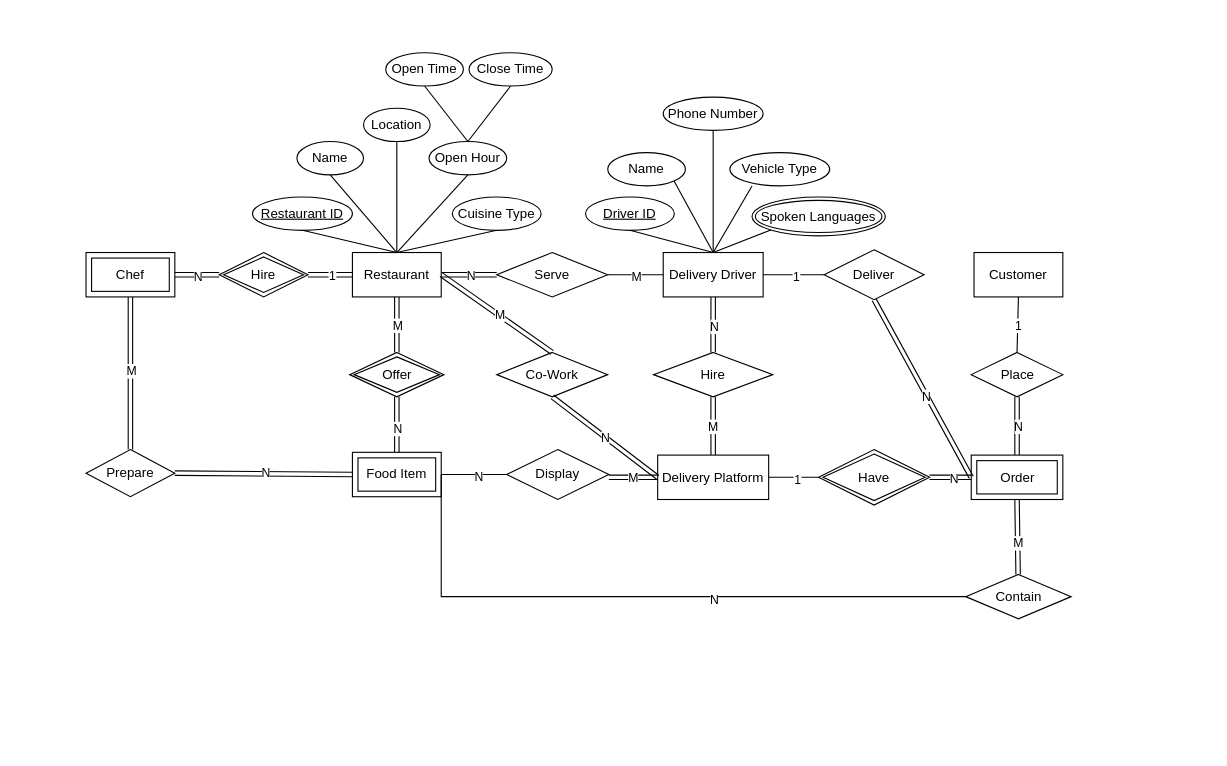
Above: Untitled Diagram.drawio in BlueRosy/BlueRosy (draw.io), before the change. Source tidied: cells renumbered, new cells numbered last; positions are measured from the earlier drawing's top-left corner, leaving out a move shared by most shapes. Both pictures are drawn from the tidied source at 111%, with x=0, y=0 at pixel (85, 52).
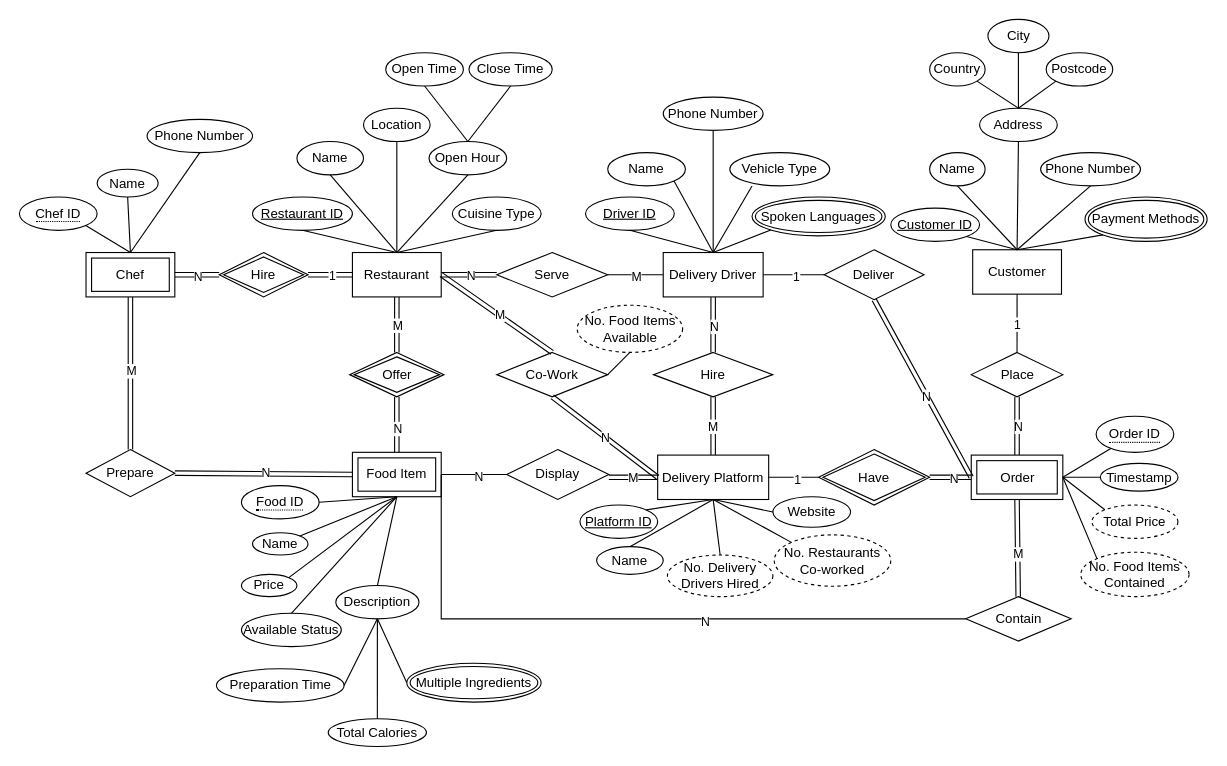
After the change.

Unchanged cells that the change refers to:
```xml
<mxCell id="10" value="Delivery Platform" style="whiteSpace=wrap;html=1;align=center;" parent="1" vertex="1">
  <mxGeometry x="515" y="362.5" width="100" height="40" as="geometry" />
</mxCell>
<mxCell id="16" value="Co-Work" style="shape=rhombus;perimeter=rhombusPerimeter;whiteSpace=wrap;html=1;align=center;" parent="1" vertex="1">
  <mxGeometry x="370" y="270" width="100" height="40" as="geometry" />
</mxCell>
<mxCell id="22" value="Order" style="shape=ext;margin=3;double=1;whiteSpace=wrap;html=1;align=center;" parent="1" vertex="1">
  <mxGeometry x="797.5" y="362.5" width="82.5" height="40" as="geometry" />
</mxCell>
<mxCell id="32" value="Food Item" style="shape=ext;margin=3;double=1;whiteSpace=wrap;html=1;align=center;" parent="1" vertex="1">
  <mxGeometry x="240" y="360" width="80" height="40" as="geometry" />
</mxCell>
<mxCell id="48" value="Chef" style="shape=ext;margin=3;double=1;whiteSpace=wrap;html=1;align=center;" parent="1" vertex="1">
  <mxGeometry y="180" width="80" height="40" as="geometry" />
</mxCell>
```

What changed in the source:
```diff
@@
     <mxCell id="4" value="Customer" style="whiteSpace=wrap;html=1;align=center;" parent="1" vertex="1">
-      <mxGeometry x="800" y="180" width="80" height="40" as="geometry" />
+      <mxGeometry x="798.8" y="177.5" width="80" height="40" as="geometry" />
     </mxCell>
@@
     <mxCell id="33" value="Contain" style="shape=rhombus;perimeter=rhombusPerimeter;whiteSpace=wrap;html=1;align=center;" parent="1" vertex="1">
-      <mxGeometry x="792.5" y="470" width="95" height="40" as="geometry" />
+      <mxGeometry x="792.5" y="490" width="95" height="40" as="geometry" />
     </mxCell>
     <mxCell id="34" style="endArrow=none;html=1;rounded=0;entryX=1;entryY=0.5;entryDx=0;entryDy=0;exitX=0;exitY=0.5;exitDx=0;exitDy=0;" parent="1" edge="1" source="33" target="32">
       <mxGeometry relative="1" as="geometry">
         <Array as="points">
-          <mxPoint x="320" y="490" />
+          <mxPoint x="320" y="510" />
         </Array>
       </mxGeometry>
     </mxCell>
@@
+    <mxCell id="88" value="Customer ID" style="ellipse;whiteSpace=wrap;html=1;align=center;fontStyle=4;" parent="1" vertex="1">
+      <mxGeometry x="725" y="140" width="80" height="30" as="geometry" />
+    </mxCell>
+    <mxCell id="89" value="Name" style="ellipse;whiteSpace=wrap;html=1;align=center;" parent="1" vertex="1">
+      <mxGeometry x="760" y="90" width="50" height="30" as="geometry" />
+    </mxCell>
+    <mxCell id="90" value="Phone Number" style="ellipse;whiteSpace=wrap;html=1;align=center;" parent="1" vertex="1">
+      <mxGeometry x="860" y="90" width="90" height="30" as="geometry" />
+    </mxCell>
+    <mxCell id="91" value="Address" style="ellipse;whiteSpace=wrap;html=1;align=center;" parent="1" vertex="1">
+      <mxGeometry x="805" y="50" width="70" height="30" as="geometry" />
+    </mxCell>
+    <mxCell id="92" value="Country" style="ellipse;whiteSpace=wrap;html=1;align=center;" parent="1" vertex="1">
+      <mxGeometry x="760" width="50" height="30" as="geometry" />
+    </mxCell>
+    <mxCell id="93" value="City" style="ellipse;whiteSpace=wrap;html=1;align=center;" parent="1" vertex="1">
+      <mxGeometry x="812.5" y="-30" width="55" height="30" as="geometry" />
+    </mxCell>
+    <mxCell id="94" value="Postcode" style="ellipse;whiteSpace=wrap;html=1;align=center;" parent="1" vertex="1">
+      <mxGeometry x="865" width="60" height="30" as="geometry" />
+    </mxCell>
+    <mxCell id="95" value="Payment Methods" style="ellipse;shape=doubleEllipse;margin=3;whiteSpace=wrap;html=1;align=center;" parent="1" vertex="1">
+      <mxGeometry x="900" y="130" width="110" height="40" as="geometry" />
+    </mxCell>
+    <mxCell id="96" style="endArrow=none;html=1;rounded=0;entryX=1;entryY=1;entryDx=0;entryDy=0;exitX=0.5;exitY=0;exitDx=0;exitDy=0;" parent="1" edge="1" source="4" target="88">
+      <mxGeometry relative="1" as="geometry" />
+    </mxCell>
+    <mxCell id="97" style="endArrow=none;html=1;rounded=0;entryX=0.5;entryY=1;entryDx=0;entryDy=0;exitX=0.5;exitY=0;exitDx=0;exitDy=0;" parent="1" edge="1" source="4" target="89">
+      <mxGeometry relative="1" as="geometry" />
+    </mxCell>
+    <mxCell id="98" style="endArrow=none;html=1;rounded=0;entryX=0.5;entryY=1;entryDx=0;entryDy=0;exitX=0.5;exitY=0;exitDx=0;exitDy=0;" parent="1" edge="1" source="4" target="91">
+      <mxGeometry relative="1" as="geometry" />
+    </mxCell>
+    <mxCell id="99" style="endArrow=none;html=1;rounded=0;entryX=0.5;entryY=1;entryDx=0;entryDy=0;exitX=0.5;exitY=0;exitDx=0;exitDy=0;" parent="1" edge="1" source="4" target="90">
+      <mxGeometry relative="1" as="geometry" />
+    </mxCell>
+    <mxCell id="100" style="endArrow=none;html=1;rounded=0;entryX=0;entryY=1;entryDx=0;entryDy=0;exitX=0.5;exitY=0;exitDx=0;exitDy=0;" parent="1" edge="1" source="4" target="95">
+      <mxGeometry relative="1" as="geometry" />
+    </mxCell>
+    <mxCell id="101" style="endArrow=none;html=1;rounded=0;entryX=0.5;entryY=0;entryDx=0;entryDy=0;exitX=1;exitY=1;exitDx=0;exitDy=0;" parent="1" edge="1" source="92" target="91">
+      <mxGeometry relative="1" as="geometry" />
+    </mxCell>
+    <mxCell id="102" style="endArrow=none;html=1;rounded=0;entryX=0.5;entryY=1;entryDx=0;entryDy=0;" parent="1" edge="1" source="91" target="93">
+      <mxGeometry relative="1" as="geometry" />
+    </mxCell>
+    <mxCell id="103" style="endArrow=none;html=1;rounded=0;entryX=0;entryY=1;entryDx=0;entryDy=0;exitX=0.5;exitY=0;exitDx=0;exitDy=0;" parent="1" edge="1" source="91" target="94">
+      <mxGeometry relative="1" as="geometry" />
+    </mxCell>
+    <mxCell id="104" value="Platform ID" style="ellipse;whiteSpace=wrap;html=1;align=center;fontStyle=4;" parent="1" vertex="1">
+      <mxGeometry x="445" y="407.5" width="70" height="30" as="geometry" />
+    </mxCell>
+    <mxCell id="105" value="Name" style="ellipse;whiteSpace=wrap;html=1;align=center;" parent="1" vertex="1">
+      <mxGeometry x="460" y="445" width="60" height="25" as="geometry" />
+    </mxCell>
+    <mxCell id="106" value="Website" style="ellipse;whiteSpace=wrap;html=1;align=center;" parent="1" vertex="1">
+      <mxGeometry x="618.8" y="400" width="70" height="27.5" as="geometry" />
+    </mxCell>
+    <mxCell id="107" value="No. Delivery Drivers Hired" style="ellipse;whiteSpace=wrap;html=1;align=center;dashed=1;" parent="1" vertex="1">
+      <mxGeometry x="523.8" y="452.5" width="95" height="37.5" as="geometry" />
+    </mxCell>
+    <mxCell id="108" style="endArrow=none;html=1;rounded=0;entryX=1;entryY=0;entryDx=0;entryDy=0;exitX=0.5;exitY=1;exitDx=0;exitDy=0;" parent="1" edge="1" source="10" target="104">
+      <mxGeometry relative="1" as="geometry" />
+    </mxCell>
+    <mxCell id="109" style="endArrow=none;html=1;rounded=0;entryX=0.5;entryY=0;entryDx=0;entryDy=0;exitX=0.5;exitY=1;exitDx=0;exitDy=0;" parent="1" edge="1" source="10" target="105">
+      <mxGeometry relative="1" as="geometry" />
+    </mxCell>
+    <mxCell id="110" style="endArrow=none;html=1;rounded=0;entryX=0.5;entryY=0;entryDx=0;entryDy=0;exitX=0.5;exitY=1;exitDx=0;exitDy=0;" parent="1" edge="1" source="10" target="107">
+      <mxGeometry relative="1" as="geometry" />
+    </mxCell>
+    <mxCell id="111" style="endArrow=none;html=1;rounded=0;entryX=0;entryY=0.5;entryDx=0;entryDy=0;exitX=0.5;exitY=1;exitDx=0;exitDy=0;" parent="1" edge="1" source="10" target="106">
+      <mxGeometry relative="1" as="geometry" />
+    </mxCell>
+    <mxCell id="112" value="No. Restaurants Co-worked" style="ellipse;whiteSpace=wrap;html=1;align=center;dashed=1;" parent="1" vertex="1">
+      <mxGeometry x="620" y="434.4" width="105" height="46.2" as="geometry" />
+    </mxCell>
+    <mxCell id="113" style="endArrow=none;html=1;rounded=0;entryX=0;entryY=0;entryDx=0;entryDy=0;exitX=0.5;exitY=1;exitDx=0;exitDy=0;" parent="1" edge="1" source="10" target="112">
+      <mxGeometry relative="1" as="geometry" />
+    </mxCell>
+    <mxCell id="114" value="&lt;span style=&quot;border-bottom: 1px dotted&quot;&gt;Order ID&lt;/span&gt;" style="ellipse;whiteSpace=wrap;html=1;align=center;" parent="1" vertex="1">
+      <mxGeometry x="910" y="327.5" width="70" height="32.5" as="geometry" />
+    </mxCell>
+    <mxCell id="115" value="Timestamp" style="ellipse;whiteSpace=wrap;html=1;align=center;" parent="1" vertex="1">
+      <mxGeometry x="913.8" y="370" width="70" height="25" as="geometry" />
+    </mxCell>
+    <mxCell id="116" value="Total Price" style="ellipse;whiteSpace=wrap;html=1;align=center;dashed=1;" parent="1" vertex="1">
+      <mxGeometry x="906.2" y="407.5" width="77.5" height="30" as="geometry" />
+    </mxCell>
+    <mxCell id="117" style="endArrow=none;html=1;rounded=0;exitX=1;exitY=0.5;exitDx=0;exitDy=0;" parent="1" edge="1" source="22" target="114">
+      <mxGeometry relative="1" as="geometry" />
+    </mxCell>
+    <mxCell id="118" style="endArrow=none;html=1;rounded=0;entryX=0;entryY=0.5;entryDx=0;entryDy=0;exitX=1;exitY=0.5;exitDx=0;exitDy=0;" parent="1" edge="1" source="22" target="115">
+      <mxGeometry relative="1" as="geometry" />
+    </mxCell>
+    <mxCell id="119" style="endArrow=none;html=1;rounded=0;entryX=0;entryY=0;entryDx=0;entryDy=0;exitX=1;exitY=0.5;exitDx=0;exitDy=0;" parent="1" edge="1" source="22" target="116">
+      <mxGeometry relative="1" as="geometry" />
+    </mxCell>
+    <mxCell id="120" value="No. Food Items Contained" style="ellipse;whiteSpace=wrap;html=1;align=center;dashed=1;" parent="1" vertex="1">
+      <mxGeometry x="896.2" y="450" width="97.5" height="40" as="geometry" />
+    </mxCell>
+    <mxCell id="121" style="endArrow=none;html=1;rounded=0;entryX=0;entryY=0;entryDx=0;entryDy=0;exitX=1;exitY=0.5;exitDx=0;exitDy=0;" parent="1" edge="1" source="22" target="120">
+      <mxGeometry relative="1" as="geometry" />
+    </mxCell>
+    <mxCell id="122" value="&lt;span style=&quot;border-bottom: 1px dotted&quot;&gt;Food ID&lt;/span&gt;" style="ellipse;whiteSpace=wrap;html=1;align=center;" parent="1" vertex="1">
+      <mxGeometry x="140" y="390" width="70" height="30" as="geometry" />
+    </mxCell>
+    <mxCell id="123" value="Name" style="ellipse;whiteSpace=wrap;html=1;align=center;" parent="1" vertex="1">
+      <mxGeometry x="150" y="432.5" width="50" height="20" as="geometry" />
+    </mxCell>
+    <mxCell id="124" value="Price" style="ellipse;whiteSpace=wrap;html=1;align=center;" parent="1" vertex="1">
+      <mxGeometry x="140" y="470" width="50" height="20" as="geometry" />
+    </mxCell>
+    <mxCell id="125" value="Available Status" style="ellipse;whiteSpace=wrap;html=1;align=center;" parent="1" vertex="1">
+      <mxGeometry x="140" y="505" width="90" height="30" as="geometry" />
+    </mxCell>
+    <mxCell id="126" value="Description" style="ellipse;whiteSpace=wrap;html=1;align=center;" parent="1" vertex="1">
+      <mxGeometry x="225" y="480" width="75" height="30" as="geometry" />
+    </mxCell>
+    <mxCell id="127" value="Total Calories" style="ellipse;whiteSpace=wrap;html=1;align=center;" parent="1" vertex="1">
+      <mxGeometry x="218.2" y="600" width="88.5" height="25" as="geometry" />
+    </mxCell>
+    <mxCell id="128" value="Preparation Time" style="ellipse;whiteSpace=wrap;html=1;align=center;" parent="1" vertex="1">
+      <mxGeometry x="117.5" y="555" width="115" height="30" as="geometry" />
+    </mxCell>
+    <mxCell id="129" style="endArrow=none;html=1;rounded=0;entryX=0.5;entryY=1;entryDx=0;entryDy=0;exitX=1;exitY=0.5;exitDx=0;exitDy=0;" parent="1" edge="1" source="122" target="32">
+      <mxGeometry relative="1" as="geometry" />
+    </mxCell>
+    <mxCell id="130" style="endArrow=none;html=1;rounded=0;entryX=0.5;entryY=1;entryDx=0;entryDy=0;exitX=1;exitY=0;exitDx=0;exitDy=0;" parent="1" edge="1" source="123" target="32">
+      <mxGeometry relative="1" as="geometry" />
+    </mxCell>
+    <mxCell id="131" style="endArrow=none;html=1;rounded=0;entryX=0.5;entryY=1;entryDx=0;entryDy=0;exitX=1;exitY=0;exitDx=0;exitDy=0;" parent="1" edge="1" source="124" target="32">
+      <mxGeometry relative="1" as="geometry" />
+    </mxCell>
+    <mxCell id="132" style="endArrow=none;html=1;rounded=0;entryX=0.5;entryY=0;entryDx=0;entryDy=0;exitX=0.5;exitY=1;exitDx=0;exitDy=0;" parent="1" edge="1" source="32" target="125">
+      <mxGeometry relative="1" as="geometry" />
+    </mxCell>
+    <mxCell id="133" style="endArrow=none;html=1;rounded=0;entryX=0.5;entryY=1;entryDx=0;entryDy=0;exitX=0.5;exitY=0;exitDx=0;exitDy=0;" parent="1" edge="1" source="126" target="32">
+      <mxGeometry relative="1" as="geometry" />
+    </mxCell>
+    <mxCell id="134" style="endArrow=none;html=1;rounded=0;entryX=0.5;entryY=1;entryDx=0;entryDy=0;exitX=0;exitY=0.5;exitDx=0;exitDy=0;" parent="1" edge="1" source="145" target="126">
+      <mxGeometry relative="1" as="geometry" />
+    </mxCell>
+    <mxCell id="135" style="endArrow=none;html=1;rounded=0;entryX=0.5;entryY=1;entryDx=0;entryDy=0;exitX=0.5;exitY=0;exitDx=0;exitDy=0;" parent="1" edge="1" source="127" target="126">
+      <mxGeometry relative="1" as="geometry" />
+    </mxCell>
+    <mxCell id="136" style="endArrow=none;html=1;rounded=0;exitX=0.5;exitY=1;exitDx=0;exitDy=0;entryX=1;entryY=0.5;entryDx=0;entryDy=0;" parent="1" edge="1" source="126" target="128">
+      <mxGeometry relative="1" as="geometry" />
+    </mxCell>
+    <mxCell id="137" value="No. Food Items Available" style="ellipse;whiteSpace=wrap;html=1;align=center;dashed=1;" parent="1" vertex="1">
+      <mxGeometry x="442.5" y="227.5" width="95" height="42.5" as="geometry" />
+    </mxCell>
+    <mxCell id="138" style="endArrow=none;html=1;rounded=0;entryX=0.5;entryY=1;entryDx=0;entryDy=0;exitX=1;exitY=0.5;exitDx=0;exitDy=0;" parent="1" edge="1" source="16" target="137">
+      <mxGeometry relative="1" as="geometry" />
+    </mxCell>
+    <mxCell id="139" value="&lt;span style=&quot;border-bottom: 1px dotted&quot;&gt;Chef ID&lt;/span&gt;" style="ellipse;whiteSpace=wrap;html=1;align=center;" parent="1" vertex="1">
+      <mxGeometry x="-60" y="130" width="70" height="30" as="geometry" />
+    </mxCell>
+    <mxCell id="140" style="endArrow=none;html=1;rounded=0;entryX=0.5;entryY=0;entryDx=0;entryDy=0;exitX=1;exitY=1;exitDx=0;exitDy=0;" parent="1" edge="1" source="139" target="48">
+      <mxGeometry relative="1" as="geometry" />
+    </mxCell>
+    <mxCell id="141" value="Name" style="ellipse;whiteSpace=wrap;html=1;align=center;" parent="1" vertex="1">
+      <mxGeometry x="10" y="105" width="55" height="25" as="geometry" />
+    </mxCell>
+    <mxCell id="142" value="Phone Number" style="ellipse;whiteSpace=wrap;html=1;align=center;" parent="1" vertex="1">
+      <mxGeometry x="55" y="60" width="95" height="30" as="geometry" />
+    </mxCell>
+    <mxCell id="143" style="endArrow=none;html=1;rounded=0;entryX=0.5;entryY=1;entryDx=0;entryDy=0;exitX=0.5;exitY=0;exitDx=0;exitDy=0;" parent="1" edge="1" source="48" target="142">
+      <mxGeometry relative="1" as="geometry" />
+    </mxCell>
+    <mxCell id="144" style="endArrow=none;html=1;rounded=0;entryX=0.5;entryY=1;entryDx=0;entryDy=0;exitX=0.5;exitY=0;exitDx=0;exitDy=0;" parent="1" edge="1" source="48" target="141">
+      <mxGeometry relative="1" as="geometry" />
+    </mxCell>
+    <mxCell id="145" value="Multiple Ingredients" style="ellipse;shape=doubleEllipse;margin=3;whiteSpace=wrap;html=1;align=center;" parent="1" vertex="1">
+      <mxGeometry x="289" y="550" width="121" height="35" as="geometry" />
+    </mxCell>
```
